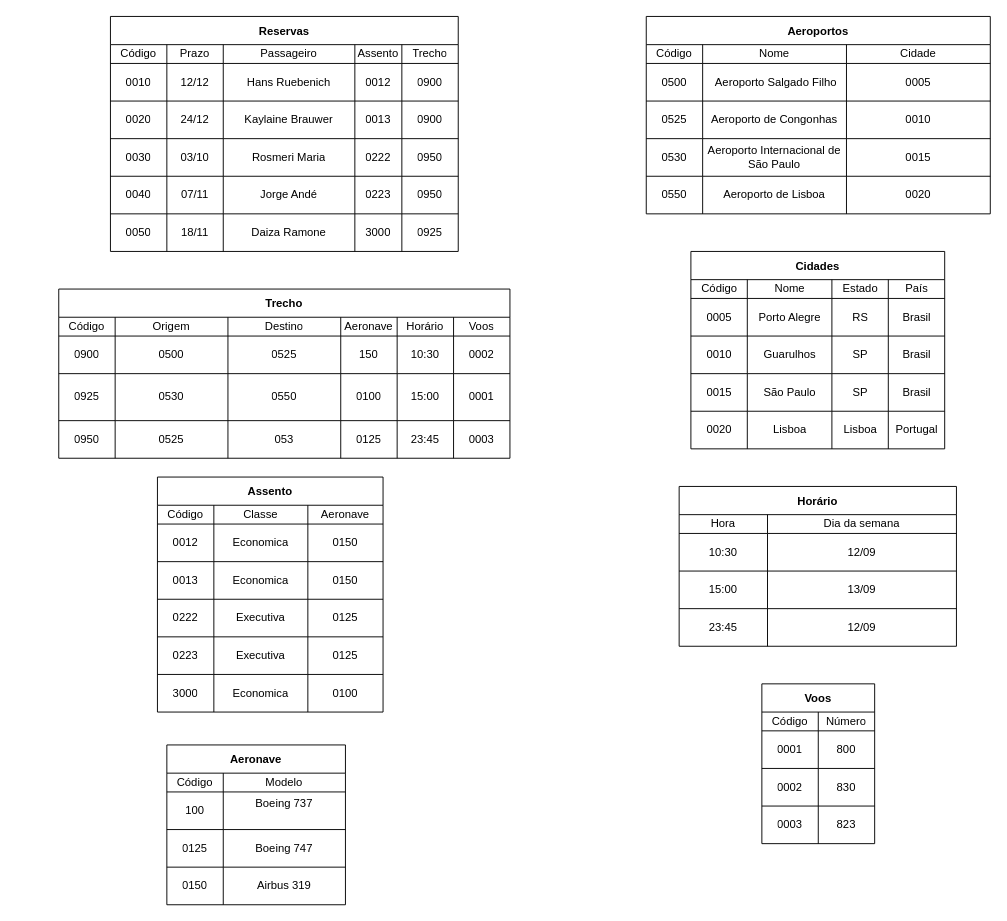
Above: Facul/AlgebraLinear.drawio in HansRafael/projects (draw.io), before the change. Source tidied: cells renumbered, new cells numbered last; positions are measured from the earlier drawing's top-left corner, leaving out a move shared by most shapes. Both pictures are drawn from the tidied source at 94%, with x=0, y=0 at pixel (16, 16).
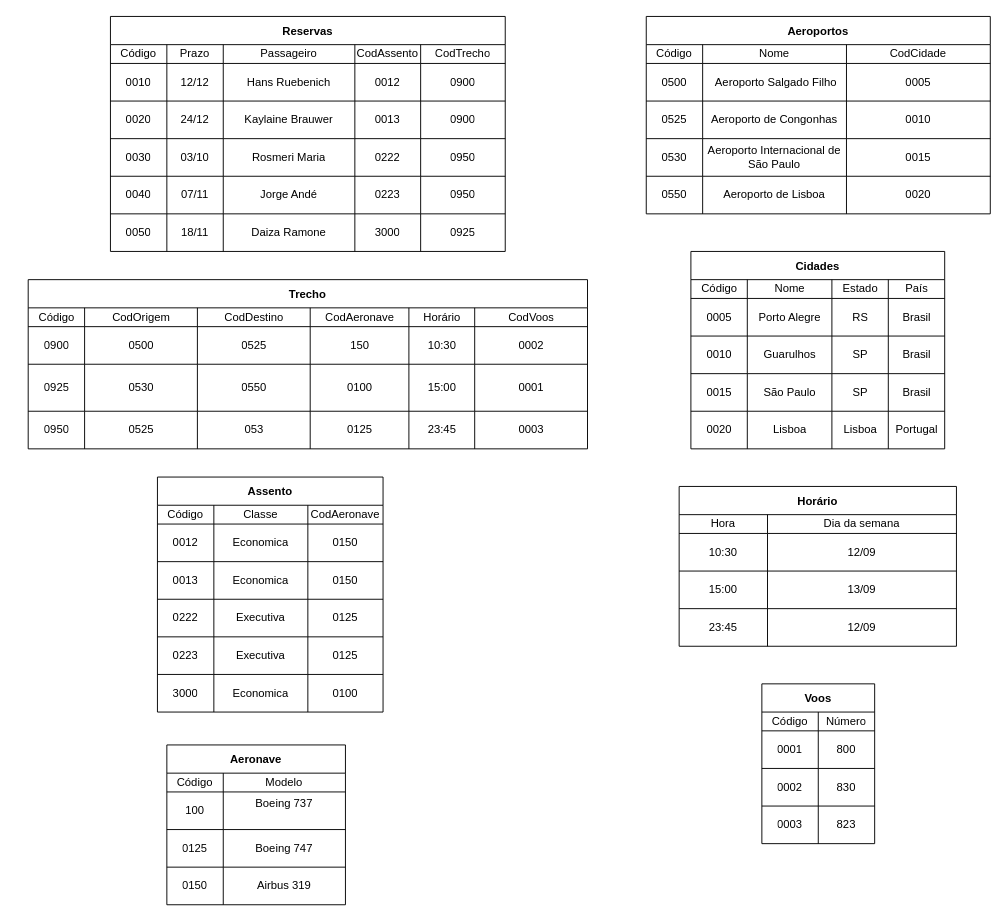
The same diagram, later.

The change refers to these unchanged cells:
```xml
<mxCell id="48" style="shape=partialRectangle;html=1;whiteSpace=wrap;fillColor=none;top=0;left=0;bottom=0;right=0;" parent="47" vertex="1">
  <mxGeometry y="30" width="240" height="20" as="geometry" />
</mxCell>
<mxCell id="141" style="shape=partialRectangle;html=1;whiteSpace=wrap;fillColor=none;top=0;left=0;bottom=0;right=0;" parent="140" vertex="1">
  <mxGeometry y="30" width="366" height="20" as="geometry" />
</mxCell>
```

What changed in the source:
```diff
@@
     <mxCell id="2" value="Reservas" style="shape=table;startSize=30;childLayout=tableLayout;fontStyle=1;align=center;" parent="1" vertex="1">
-      <mxGeometry x="100" width="370" height="250" as="geometry" />
+      <mxGeometry x="100" width="420" height="250" as="geometry" />
     </mxCell>
     <mxCell id="3" style="shape=partialRectangle;html=1;whiteSpace=wrap;fillColor=none;top=0;left=0;bottom=0;right=0;" parent="2" vertex="1">
-      <mxGeometry y="30" width="370" height="20" as="geometry" />
+      <mxGeometry y="30" width="420" height="20" as="geometry" />
     </mxCell>
@@
-    <mxCell id="7" value="Assento" style="shape=partialRectangle;html=1;whiteSpace=wrap;fillColor=none;top=0;left=0;bottom=0;right=0;overflow=hidden;" parent="3" vertex="1">
-      <mxGeometry x="260" width="50" height="20" as="geometry" />
+    <mxCell id="7" value="CodAssento" style="shape=partialRectangle;html=1;whiteSpace=wrap;fillColor=none;top=0;left=0;bottom=0;right=0;overflow=hidden;" parent="3" vertex="1">
+      <mxGeometry x="260" width="70" height="20" as="geometry" />
     </mxCell>
-    <mxCell id="8" value="Trecho" style="shape=partialRectangle;html=1;whiteSpace=wrap;fillColor=none;top=0;left=0;bottom=0;right=0;overflow=hidden;" parent="3" vertex="1">
-      <mxGeometry x="310" width="60" height="20" as="geometry" />
+    <mxCell id="8" value="CodTrecho" style="shape=partialRectangle;html=1;whiteSpace=wrap;fillColor=none;top=0;left=0;bottom=0;right=0;overflow=hidden;" parent="3" vertex="1">
+      <mxGeometry x="330" width="90" height="20" as="geometry" />
     </mxCell>
     <mxCell id="9" style="shape=partialRectangle;html=1;whiteSpace=wrap;fillColor=none;top=0;left=0;bottom=0;right=0;" parent="2" vertex="1">
-      <mxGeometry y="50" width="370" height="40" as="geometry" />
+      <mxGeometry y="50" width="420" height="40" as="geometry" />
     </mxCell>
@@
     <mxCell id="13" value="0012" style="shape=partialRectangle;html=1;whiteSpace=wrap;fillColor=none;top=0;left=0;bottom=0;right=0;overflow=hidden;" parent="9" vertex="1">
-      <mxGeometry x="260" width="50" height="40" as="geometry" />
+      <mxGeometry x="260" width="70" height="40" as="geometry" />
     </mxCell>
     <mxCell id="14" value="0900" style="shape=partialRectangle;html=1;whiteSpace=wrap;fillColor=none;top=0;left=0;bottom=0;right=0;overflow=hidden;" parent="9" vertex="1">
-      <mxGeometry x="310" width="60" height="40" as="geometry" />
+      <mxGeometry x="330" width="90" height="40" as="geometry" />
     </mxCell>
     <mxCell id="15" style="shape=partialRectangle;html=1;whiteSpace=wrap;fillColor=none;top=0;left=0;bottom=0;right=0;" parent="2" vertex="1">
-      <mxGeometry y="90" width="370" height="40" as="geometry" />
+      <mxGeometry y="90" width="420" height="40" as="geometry" />
     </mxCell>
@@
     <mxCell id="19" value="0013" style="shape=partialRectangle;html=1;whiteSpace=wrap;fillColor=none;top=0;left=0;bottom=0;right=0;overflow=hidden;" parent="15" vertex="1">
-      <mxGeometry x="260" width="50" height="40" as="geometry" />
+      <mxGeometry x="260" width="70" height="40" as="geometry" />
     </mxCell>
     <mxCell id="20" value="0900" style="shape=partialRectangle;html=1;whiteSpace=wrap;fillColor=none;top=0;left=0;bottom=0;right=0;overflow=hidden;" parent="15" vertex="1">
-      <mxGeometry x="310" width="60" height="40" as="geometry" />
+      <mxGeometry x="330" width="90" height="40" as="geometry" />
     </mxCell>
     <mxCell id="21" style="shape=partialRectangle;html=1;whiteSpace=wrap;fillColor=none;top=0;left=0;bottom=0;right=0;" parent="2" vertex="1">
-      <mxGeometry y="130" width="370" height="40" as="geometry" />
+      <mxGeometry y="130" width="420" height="40" as="geometry" />
     </mxCell>
@@
     <mxCell id="25" value="0222" style="shape=partialRectangle;html=1;whiteSpace=wrap;fillColor=none;top=0;left=0;bottom=0;right=0;overflow=hidden;" parent="21" vertex="1">
-      <mxGeometry x="260" width="50" height="40" as="geometry" />
+      <mxGeometry x="260" width="70" height="40" as="geometry" />
     </mxCell>
     <mxCell id="26" value="0950" style="shape=partialRectangle;html=1;whiteSpace=wrap;fillColor=none;top=0;left=0;bottom=0;right=0;overflow=hidden;" parent="21" vertex="1">
-      <mxGeometry x="310" width="60" height="40" as="geometry" />
+      <mxGeometry x="330" width="90" height="40" as="geometry" />
     </mxCell>
     <mxCell id="27" style="shape=partialRectangle;html=1;whiteSpace=wrap;fillColor=none;top=0;left=0;bottom=0;right=0;" parent="2" vertex="1">
-      <mxGeometry y="170" width="370" height="40" as="geometry" />
+      <mxGeometry y="170" width="420" height="40" as="geometry" />
     </mxCell>
@@
     <mxCell id="31" value="0223" style="shape=partialRectangle;html=1;whiteSpace=wrap;fillColor=none;top=0;left=0;bottom=0;right=0;overflow=hidden;" parent="27" vertex="1">
-      <mxGeometry x="260" width="50" height="40" as="geometry" />
+      <mxGeometry x="260" width="70" height="40" as="geometry" />
     </mxCell>
     <mxCell id="32" value="0950" style="shape=partialRectangle;html=1;whiteSpace=wrap;fillColor=none;top=0;left=0;bottom=0;right=0;overflow=hidden;" parent="27" vertex="1">
-      <mxGeometry x="310" width="60" height="40" as="geometry" />
+      <mxGeometry x="330" width="90" height="40" as="geometry" />
     </mxCell>
     <mxCell id="33" style="shape=partialRectangle;html=1;whiteSpace=wrap;fillColor=none;top=0;left=0;bottom=0;right=0;" parent="2" vertex="1">
-      <mxGeometry y="210" width="370" height="40" as="geometry" />
+      <mxGeometry y="210" width="420" height="40" as="geometry" />
     </mxCell>
@@
     <mxCell id="37" value="3000" style="shape=partialRectangle;html=1;whiteSpace=wrap;fillColor=none;top=0;left=0;bottom=0;right=0;overflow=hidden;" parent="33" vertex="1">
-      <mxGeometry x="260" width="50" height="40" as="geometry" />
+      <mxGeometry x="260" width="70" height="40" as="geometry" />
     </mxCell>
     <mxCell id="38" value="0925" style="shape=partialRectangle;html=1;whiteSpace=wrap;fillColor=none;top=0;left=0;bottom=0;right=0;overflow=hidden;" parent="33" vertex="1">
-      <mxGeometry x="310" width="60" height="40" as="geometry" />
+      <mxGeometry x="330" width="90" height="40" as="geometry" />
     </mxCell>
@@
-    <mxCell id="51" value="Aeronave" style="shape=partialRectangle;html=1;whiteSpace=wrap;fillColor=none;top=0;left=0;bottom=0;right=0;overflow=hidden;" parent="48" vertex="1">
+    <mxCell id="51" value="CodAeronave" style="shape=partialRectangle;html=1;whiteSpace=wrap;fillColor=none;top=0;left=0;bottom=0;right=0;overflow=hidden;" parent="48" vertex="1">
       <mxGeometry x="160" width="80" height="20" as="geometry" />
     </mxCell>
@@
     <mxCell id="85" value="Trecho" style="shape=table;startSize=30;childLayout=tableLayout;fontStyle=1;align=center;" parent="1" vertex="1">
-      <mxGeometry x="45" y="290" width="480" height="180" as="geometry" />
+      <mxGeometry x="12.5" y="280" width="595" height="180" as="geometry" />
     </mxCell>
     <mxCell id="86" style="shape=partialRectangle;html=1;whiteSpace=wrap;fillColor=none;top=0;left=0;bottom=0;right=0;" parent="85" vertex="1">
-      <mxGeometry y="30" width="480" height="20" as="geometry" />
+      <mxGeometry y="30" width="595" height="20" as="geometry" />
     </mxCell>
@@
-    <mxCell id="88" value="Origem" style="shape=partialRectangle;html=1;whiteSpace=wrap;fillColor=none;top=0;left=0;bottom=0;right=0;overflow=hidden;" parent="86" vertex="1">
+    <mxCell id="88" value="CodOrigem" style="shape=partialRectangle;html=1;whiteSpace=wrap;fillColor=none;top=0;left=0;bottom=0;right=0;overflow=hidden;" parent="86" vertex="1">
       <mxGeometry x="60" width="120" height="20" as="geometry" />
     </mxCell>
-    <mxCell id="89" value="Destino" style="shape=partialRectangle;html=1;whiteSpace=wrap;fillColor=none;top=0;left=0;bottom=0;right=0;overflow=hidden;" parent="86" vertex="1">
+    <mxCell id="89" value="CodDestino" style="shape=partialRectangle;html=1;whiteSpace=wrap;fillColor=none;top=0;left=0;bottom=0;right=0;overflow=hidden;" parent="86" vertex="1">
       <mxGeometry x="180" width="120" height="20" as="geometry" />
     </mxCell>
-    <mxCell id="90" value="Aeronave" style="shape=partialRectangle;html=1;whiteSpace=wrap;fillColor=none;top=0;left=0;bottom=0;right=0;overflow=hidden;" parent="86" vertex="1">
-      <mxGeometry x="300" width="60" height="20" as="geometry" />
+    <mxCell id="90" value="CodAeronave" style="shape=partialRectangle;html=1;whiteSpace=wrap;fillColor=none;top=0;left=0;bottom=0;right=0;overflow=hidden;" parent="86" vertex="1">
+      <mxGeometry x="300" width="105" height="20" as="geometry" />
     </mxCell>
     <mxCell id="91" value="Horário" style="shape=partialRectangle;html=1;whiteSpace=wrap;fillColor=none;top=0;left=0;bottom=0;right=0;overflow=hidden;" parent="86" vertex="1">
-      <mxGeometry x="360" width="60" height="20" as="geometry" />
+      <mxGeometry x="405" width="70" height="20" as="geometry" />
     </mxCell>
-    <mxCell id="92" value="Voos" style="shape=partialRectangle;html=1;whiteSpace=wrap;fillColor=none;top=0;left=0;bottom=0;right=0;overflow=hidden;" parent="86" vertex="1">
-      <mxGeometry x="420" width="60" height="20" as="geometry" />
+    <mxCell id="92" value="CodVoos" style="shape=partialRectangle;html=1;whiteSpace=wrap;fillColor=none;top=0;left=0;bottom=0;right=0;overflow=hidden;" parent="86" vertex="1">
+      <mxGeometry x="475" width="120" height="20" as="geometry" />
     </mxCell>
     <mxCell id="93" style="shape=partialRectangle;html=1;whiteSpace=wrap;fillColor=none;top=0;left=0;bottom=0;right=0;" parent="85" vertex="1">
-      <mxGeometry y="50" width="480" height="40" as="geometry" />
+      <mxGeometry y="50" width="595" height="40" as="geometry" />
     </mxCell>
@@
     <mxCell id="97" value="150" style="shape=partialRectangle;html=1;whiteSpace=wrap;fillColor=none;top=0;left=0;bottom=0;right=0;overflow=hidden;" parent="93" vertex="1">
-      <mxGeometry x="300" width="60" height="40" as="geometry" />
+      <mxGeometry x="300" width="105" height="40" as="geometry" />
     </mxCell>
     <mxCell id="98" value="10:30" style="shape=partialRectangle;html=1;whiteSpace=wrap;fillColor=none;top=0;left=0;bottom=0;right=0;overflow=hidden;" parent="93" vertex="1">
-      <mxGeometry x="360" width="60" height="40" as="geometry" />
+      <mxGeometry x="405" width="70" height="40" as="geometry" />
     </mxCell>
     <mxCell id="99" value="0002" style="shape=partialRectangle;html=1;whiteSpace=wrap;fillColor=none;top=0;left=0;bottom=0;right=0;overflow=hidden;" parent="93" vertex="1">
-      <mxGeometry x="420" width="60" height="40" as="geometry" />
+      <mxGeometry x="475" width="120" height="40" as="geometry" />
     </mxCell>
     <mxCell id="100" style="shape=partialRectangle;html=1;whiteSpace=wrap;fillColor=none;top=0;left=0;bottom=0;right=0;" parent="85" vertex="1">
-      <mxGeometry y="90" width="480" height="50" as="geometry" />
+      <mxGeometry y="90" width="595" height="50" as="geometry" />
     </mxCell>
@@
     <mxCell id="104" value="0100" style="shape=partialRectangle;html=1;whiteSpace=wrap;fillColor=none;top=0;left=0;bottom=0;right=0;overflow=hidden;" parent="100" vertex="1">
-      <mxGeometry x="300" width="60" height="50" as="geometry" />
+      <mxGeometry x="300" width="105" height="50" as="geometry" />
     </mxCell>
     <mxCell id="105" value="15:00" style="shape=partialRectangle;html=1;whiteSpace=wrap;fillColor=none;top=0;left=0;bottom=0;right=0;overflow=hidden;" parent="100" vertex="1">
-      <mxGeometry x="360" width="60" height="50" as="geometry" />
+      <mxGeometry x="405" width="70" height="50" as="geometry" />
     </mxCell>
     <mxCell id="106" value="0001" style="shape=partialRectangle;html=1;whiteSpace=wrap;fillColor=none;top=0;left=0;bottom=0;right=0;overflow=hidden;" parent="100" vertex="1">
-      <mxGeometry x="420" width="60" height="50" as="geometry" />
+      <mxGeometry x="475" width="120" height="50" as="geometry" />
     </mxCell>
     <mxCell id="107" style="shape=partialRectangle;html=1;whiteSpace=wrap;fillColor=none;top=0;left=0;bottom=0;right=0;" parent="85" vertex="1">
-      <mxGeometry y="140" width="480" height="40" as="geometry" />
+      <mxGeometry y="140" width="595" height="40" as="geometry" />
     </mxCell>
@@
     <mxCell id="111" value="0125" style="shape=partialRectangle;html=1;whiteSpace=wrap;fillColor=none;top=0;left=0;bottom=0;right=0;overflow=hidden;" parent="107" vertex="1">
-      <mxGeometry x="300" width="60" height="40" as="geometry" />
+      <mxGeometry x="300" width="105" height="40" as="geometry" />
     </mxCell>
     <mxCell id="112" value="23:45" style="shape=partialRectangle;html=1;whiteSpace=wrap;fillColor=none;top=0;left=0;bottom=0;right=0;overflow=hidden;" parent="107" vertex="1">
-      <mxGeometry x="360" width="60" height="40" as="geometry" />
+      <mxGeometry x="405" width="70" height="40" as="geometry" />
     </mxCell>
     <mxCell id="113" value="0003" style="shape=partialRectangle;html=1;whiteSpace=wrap;fillColor=none;top=0;left=0;bottom=0;right=0;overflow=hidden;" parent="107" vertex="1">
-      <mxGeometry x="420" width="60" height="40" as="geometry" />
+      <mxGeometry x="475" width="120" height="40" as="geometry" />
     </mxCell>
@@
-    <mxCell id="144" value="Cidade" style="shape=partialRectangle;html=1;whiteSpace=wrap;fillColor=none;top=0;left=0;bottom=0;right=0;overflow=hidden;" parent="141" vertex="1">
+    <mxCell id="144" value="CodCidade" style="shape=partialRectangle;html=1;whiteSpace=wrap;fillColor=none;top=0;left=0;bottom=0;right=0;overflow=hidden;" parent="141" vertex="1">
       <mxGeometry x="213" width="153" height="20" as="geometry" />
     </mxCell>
```
